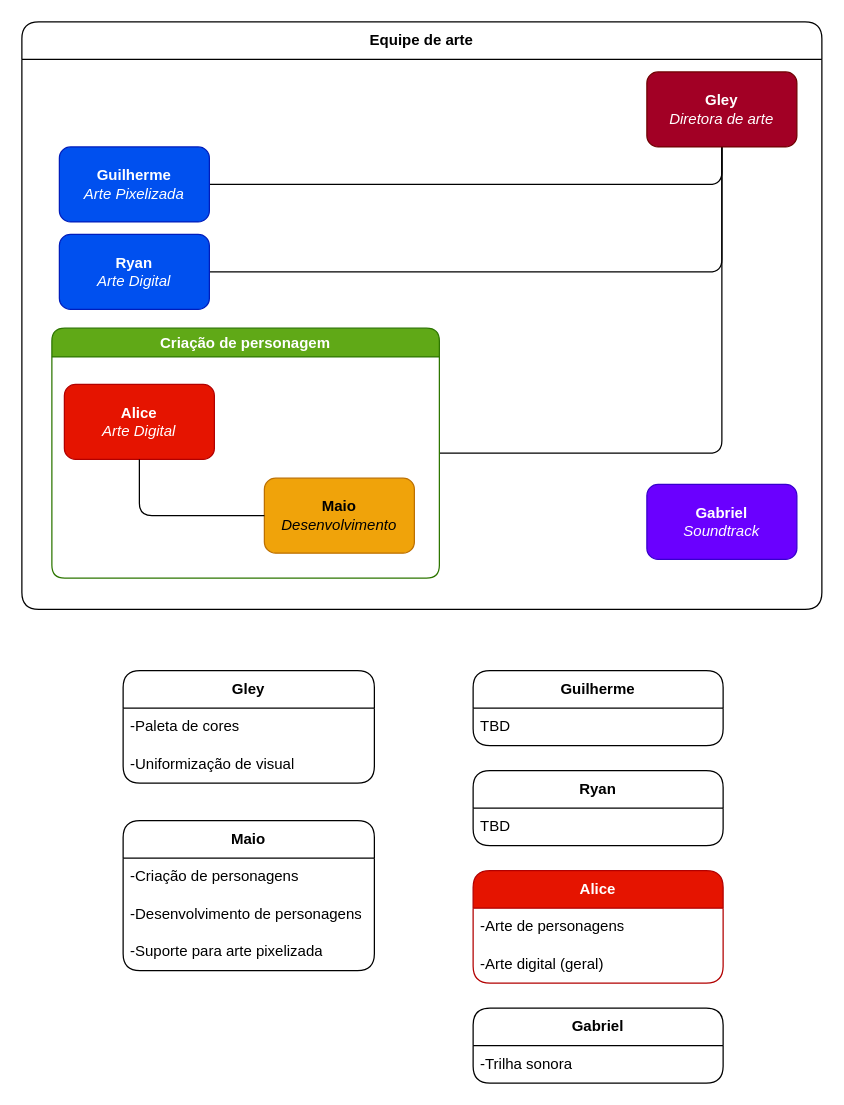
Earlier version of the draw.io diagram Team.drawio (Yvestxt/FarmGameProject). Source tidied: cells renumbered, new cells numbered last; positions are measured from the earlier drawing's top-left corner, leaving out a move shared by most shapes. Both pictures are drawn from the tidied source at 125%, with x=0, y=0 at pixel (21, 21).
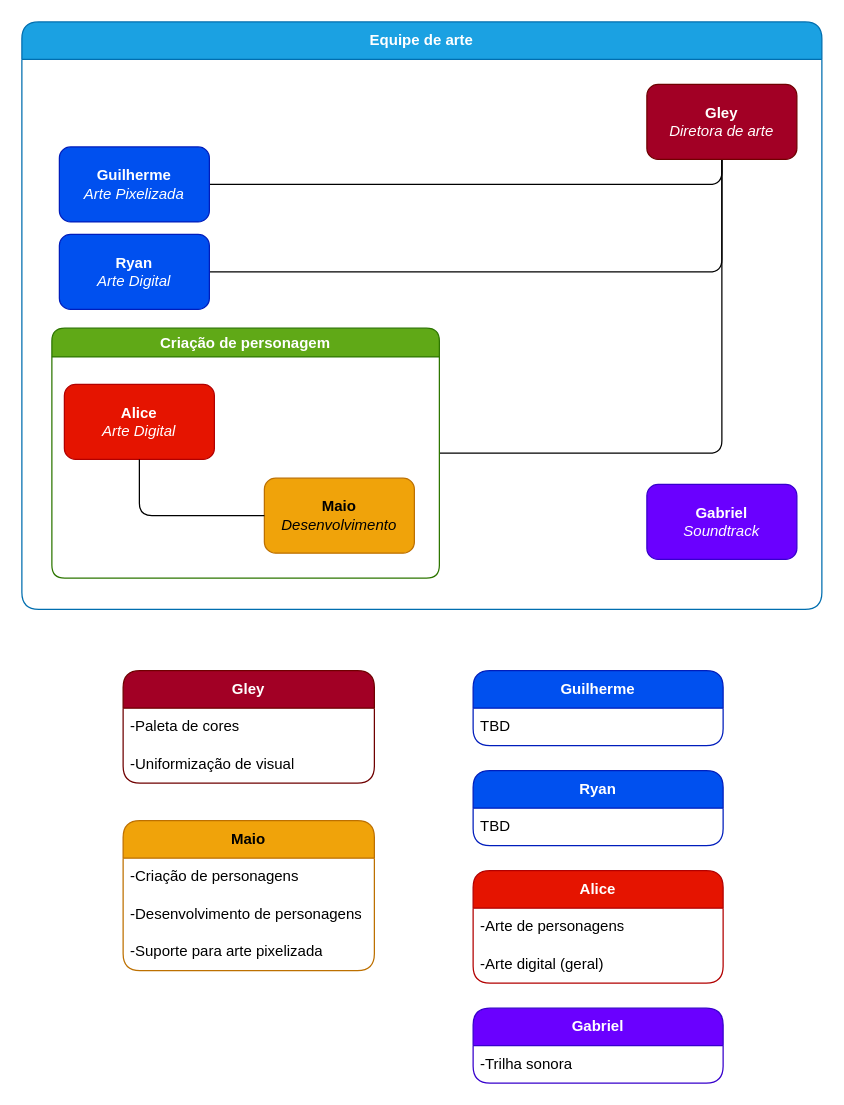
The same diagram, later.

What changed in the source:
```diff
@@
-    <mxCell id="2" value="Equipe de arte" style="swimlane;whiteSpace=wrap;html=1;startSize=30;rounded=1;shadow=0;glass=0;backgroundOutline=0;swimlaneLine=1;labelBackgroundColor=none;" parent="1" vertex="1">
+    <mxCell id="2" value="Equipe de arte" style="swimlane;whiteSpace=wrap;html=1;startSize=30;rounded=1;shadow=0;glass=0;backgroundOutline=0;swimlaneLine=1;labelBackgroundColor=none;fillColor=#1ba1e2;fontColor=#ffffff;strokeColor=#006EAF;" parent="1" vertex="1">
       <mxGeometry width="640" height="470" as="geometry" />
     </mxCell>
@@
     <mxCell id="9" value="&lt;b&gt;Gley&lt;br&gt;&lt;/b&gt;&lt;i&gt;Diretora de arte&lt;/i&gt;" style="rounded=1;whiteSpace=wrap;html=1;labelBackgroundColor=none;fillColor=#a20025;fontColor=#ffffff;strokeColor=#6F0000;" parent="2" vertex="1">
-      <mxGeometry x="500" y="40" width="120" height="60" as="geometry" />
+      <mxGeometry x="500" y="50" width="120" height="60" as="geometry" />
     </mxCell>
@@
-    <mxCell id="14" value="&lt;b&gt;Gley&lt;/b&gt;" style="swimlane;fontStyle=0;horizontal=1;startSize=30;whiteSpace=wrap;html=1;rounded=1;shadow=0;glass=0;flipH=1;labelBackgroundColor=none;" parent="1" vertex="1">
+    <mxCell id="14" value="&lt;b&gt;Gley&lt;/b&gt;" style="swimlane;fontStyle=0;horizontal=1;startSize=30;whiteSpace=wrap;html=1;rounded=1;shadow=0;glass=0;flipH=1;labelBackgroundColor=none;fillColor=#a20025;fontColor=#ffffff;strokeColor=#6F0000;" parent="1" vertex="1">
       <mxGeometry x="81" y="519" width="201" height="90" as="geometry" />
     </mxCell>
@@
-    <mxCell id="17" value="&lt;b&gt;Guilherme&lt;/b&gt;" style="swimlane;fontStyle=0;horizontal=1;startSize=30;whiteSpace=wrap;html=1;rounded=1;shadow=0;glass=0;flipH=1;flipV=0;labelBackgroundColor=none;" parent="1" vertex="1">
+    <mxCell id="17" value="&lt;b&gt;Guilherme&lt;/b&gt;" style="swimlane;fontStyle=0;horizontal=1;startSize=30;whiteSpace=wrap;html=1;rounded=1;shadow=0;glass=0;flipH=1;flipV=0;labelBackgroundColor=none;fillColor=#0050ef;fontColor=#ffffff;strokeColor=#001DBC;" parent="1" vertex="1">
       <mxGeometry x="361" y="519" width="200" height="60" as="geometry" />
     </mxCell>
@@
-    <mxCell id="19" value="&lt;b&gt;Ryan&lt;/b&gt;" style="swimlane;fontStyle=0;horizontal=1;startSize=30;whiteSpace=wrap;html=1;rounded=1;shadow=0;glass=0;flipH=1;flipV=0;labelBackgroundColor=none;" parent="1" vertex="1">
+    <mxCell id="19" value="&lt;b&gt;Ryan&lt;/b&gt;" style="swimlane;fontStyle=0;horizontal=1;startSize=30;whiteSpace=wrap;html=1;rounded=1;shadow=0;glass=0;flipH=1;flipV=0;labelBackgroundColor=none;fillColor=#0050ef;fontColor=#ffffff;strokeColor=#001DBC;" parent="1" vertex="1">
       <mxGeometry x="361" y="599" width="200" height="60" as="geometry" />
     </mxCell>
@@
-    <mxCell id="24" value="&lt;b&gt;Gabriel&lt;/b&gt;" style="swimlane;fontStyle=0;horizontal=1;startSize=30;whiteSpace=wrap;html=1;rounded=1;shadow=0;glass=0;flipH=1;flipV=0;labelBackgroundColor=none;" parent="1" vertex="1">
+    <mxCell id="24" value="&lt;b&gt;Gabriel&lt;/b&gt;" style="swimlane;fontStyle=0;horizontal=1;startSize=30;whiteSpace=wrap;html=1;rounded=1;shadow=0;glass=0;flipH=1;flipV=0;labelBackgroundColor=none;fillColor=#6a00ff;fontColor=#ffffff;strokeColor=#3700CC;" parent="1" vertex="1">
       <mxGeometry x="361" y="789" width="200" height="60" as="geometry" />
     </mxCell>
@@
-    <mxCell id="26" value="&lt;b&gt;Maio&lt;/b&gt;" style="swimlane;fontStyle=0;horizontal=1;startSize=30;whiteSpace=wrap;html=1;rounded=1;shadow=0;glass=0;labelBackgroundColor=none;" parent="1" vertex="1">
+    <mxCell id="26" value="&lt;b&gt;Maio&lt;/b&gt;" style="swimlane;fontStyle=0;horizontal=1;startSize=30;whiteSpace=wrap;html=1;rounded=1;shadow=0;glass=0;labelBackgroundColor=none;fillColor=#f0a30a;fontColor=#000000;strokeColor=#BD7000;" parent="1" vertex="1">
       <mxGeometry x="81" y="639" width="201" height="120" as="geometry" />
     </mxCell>
```
